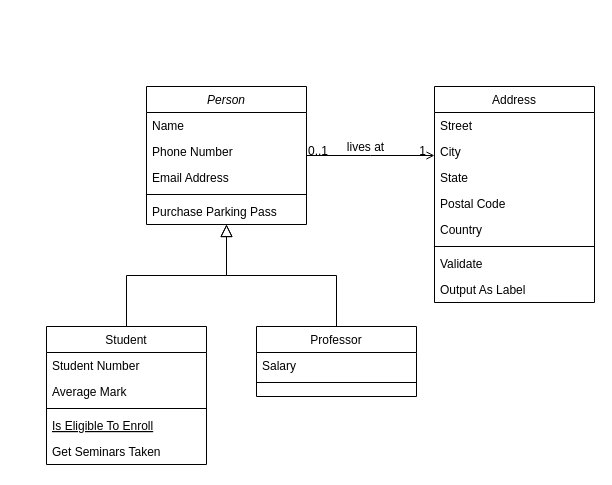
The draw.io diagram Untitled Diagram.drawio in pierreamir123/angular_project, before the edit. Source tidied: cells renumbered, new cells numbered last; positions are measured from the earlier drawing's top-left corner, leaving out a move shared by most shapes. Both pictures are drawn from the tidied source at 100%, with x=0, y=0 at pixel (46, 86).
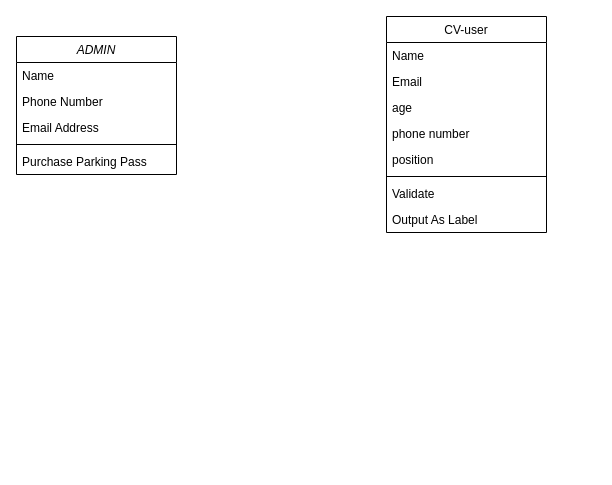
Above is the later version.

What changed in the source:
```diff
@@
-    <mxCell id="2" value="Person" style="swimlane;fontStyle=2;align=center;verticalAlign=top;horizontal=1;startSize=26;rounded=0;shadow=0;strokeWidth=1;" parent="1" vertex="1">
-      <mxGeometry x="100" width="160" height="138" as="geometry" />
+    <mxCell id="2" value="ADMIN" style="swimlane;fontStyle=2;align=center;verticalAlign=top;horizontal=1;startSize=26;rounded=0;shadow=0;strokeWidth=1;" parent="1" vertex="1">
+      <mxGeometry x="-30" y="-50" width="160" height="138" as="geometry" />
     </mxCell>
@@
-    <mxCell id="8" value="Student" style="swimlane;fontStyle=0;align=center;verticalAlign=top;horizontal=1;startSize=26;rounded=0;shadow=0;strokeWidth=1;" parent="1" vertex="1">
-      <mxGeometry y="240" width="160" height="138" as="geometry" />
-    </mxCell>
-    <mxCell id="9" value="Student Number" style="text;align=left;verticalAlign=top;spacingLeft=4;spacingRight=4;overflow=hidden;" parent="8" vertex="1">
-      <mxGeometry y="26" width="160" height="26" as="geometry" />
-    </mxCell>
-    <mxCell id="10" value="Average Mark" style="text;align=left;verticalAlign=top;spacingLeft=4;spacingRight=4;overflow=hidden;rounded=0;shadow=0;html=0;" parent="8" vertex="1">
-      <mxGeometry y="52" width="160" height="26" as="geometry" />
-    </mxCell>
-    <mxCell id="11" style="line;html=1;strokeWidth=1;align=left;verticalAlign=middle;spacingTop=-1;spacingLeft=3;spacingRight=3;labelPosition=right;" parent="8" vertex="1">
-      <mxGeometry y="78" width="160" height="8" as="geometry" />
-    </mxCell>
-    <mxCell id="12" value="Is Eligible To Enroll" style="text;align=left;verticalAlign=top;spacingLeft=4;spacingRight=4;overflow=hidden;fontStyle=4;" parent="8" vertex="1">
-      <mxGeometry y="86" width="160" height="26" as="geometry" />
-    </mxCell>
-    <mxCell id="13" value="Get Seminars Taken" style="text;align=left;verticalAlign=top;spacingLeft=4;spacingRight=4;overflow=hidden;" parent="8" vertex="1">
-      <mxGeometry y="112" width="160" height="26" as="geometry" />
-    </mxCell>
-    <mxCell id="14" style="endArrow=block;endSize=10;endFill=0;shadow=0;strokeWidth=1;rounded=0;edgeStyle=elbowEdgeStyle;elbow=vertical;" parent="1" edge="1" source="8" target="2">
-      <mxGeometry relative="1" as="geometry" />
-    </mxCell>
-    <mxCell id="15" value="Professor" style="swimlane;fontStyle=0;align=center;verticalAlign=top;horizontal=1;startSize=26;rounded=0;shadow=0;strokeWidth=1;" parent="1" vertex="1">
-      <mxGeometry x="210" y="240" width="160" height="70" as="geometry" />
-    </mxCell>
-    <mxCell id="16" value="Salary" style="text;align=left;verticalAlign=top;spacingLeft=4;spacingRight=4;overflow=hidden;" parent="15" vertex="1">
-      <mxGeometry y="26" width="160" height="26" as="geometry" />
-    </mxCell>
-    <mxCell id="17" style="line;html=1;strokeWidth=1;align=left;verticalAlign=middle;spacingTop=-1;spacingLeft=3;spacingRight=3;labelPosition=right;" parent="15" vertex="1">
-      <mxGeometry y="52" width="160" height="8" as="geometry" />
-    </mxCell>
-    <mxCell id="18" style="endArrow=block;endSize=10;endFill=0;shadow=0;strokeWidth=1;rounded=0;edgeStyle=elbowEdgeStyle;elbow=vertical;" parent="1" edge="1" source="15" target="2">
-      <mxGeometry relative="1" as="geometry" />
-    </mxCell>
-    <mxCell id="19" value="Address" style="swimlane;fontStyle=0;align=center;verticalAlign=top;horizontal=1;startSize=26;rounded=0;shadow=0;strokeWidth=1;" parent="1" vertex="1">
-      <mxGeometry x="388" width="160" height="216" as="geometry" />
+    <mxCell id="19" value="CV-user" style="swimlane;fontStyle=0;align=center;verticalAlign=top;horizontal=1;startSize=26;rounded=0;shadow=0;strokeWidth=1;" parent="1" vertex="1">
+      <mxGeometry x="340" y="-70" width="160" height="216" as="geometry" />
     </mxCell>
-    <mxCell id="20" value="Street" style="text;align=left;verticalAlign=top;spacingLeft=4;spacingRight=4;overflow=hidden;" parent="19" vertex="1">
+    <mxCell id="20" value="Name" style="text;align=left;verticalAlign=top;spacingLeft=4;spacingRight=4;overflow=hidden;" parent="19" vertex="1">
       <mxGeometry y="26" width="160" height="26" as="geometry" />
     </mxCell>
-    <mxCell id="21" value="City" style="text;align=left;verticalAlign=top;spacingLeft=4;spacingRight=4;overflow=hidden;rounded=0;shadow=0;html=0;" parent="19" vertex="1">
+    <mxCell id="21" value="Email" style="text;align=left;verticalAlign=top;spacingLeft=4;spacingRight=4;overflow=hidden;rounded=0;shadow=0;html=0;" parent="19" vertex="1">
       <mxGeometry y="52" width="160" height="26" as="geometry" />
     </mxCell>
-    <mxCell id="22" value="State" style="text;align=left;verticalAlign=top;spacingLeft=4;spacingRight=4;overflow=hidden;rounded=0;shadow=0;html=0;" parent="19" vertex="1">
+    <mxCell id="22" value="age" style="text;align=left;verticalAlign=top;spacingLeft=4;spacingRight=4;overflow=hidden;rounded=0;shadow=0;html=0;" parent="19" vertex="1">
       <mxGeometry y="78" width="160" height="26" as="geometry" />
     </mxCell>
-    <mxCell id="23" value="Postal Code" style="text;align=left;verticalAlign=top;spacingLeft=4;spacingRight=4;overflow=hidden;rounded=0;shadow=0;html=0;" parent="19" vertex="1">
+    <mxCell id="23" value="phone number" style="text;align=left;verticalAlign=top;spacingLeft=4;spacingRight=4;overflow=hidden;rounded=0;shadow=0;html=0;" parent="19" vertex="1">
       <mxGeometry y="104" width="160" height="26" as="geometry" />
     </mxCell>
-    <mxCell id="24" value="Country" style="text;align=left;verticalAlign=top;spacingLeft=4;spacingRight=4;overflow=hidden;rounded=0;shadow=0;html=0;" parent="19" vertex="1">
+    <mxCell id="24" value="position" style="text;align=left;verticalAlign=top;spacingLeft=4;spacingRight=4;overflow=hidden;rounded=0;shadow=0;html=0;" parent="19" vertex="1">
       <mxGeometry y="130" width="160" height="26" as="geometry" />
     </mxCell>
@@
-    <mxCell id="28" style="endArrow=open;shadow=0;strokeWidth=1;rounded=0;endFill=1;edgeStyle=elbowEdgeStyle;elbow=vertical;" parent="1" edge="1" source="2" target="19">
-      <mxGeometry x="0.5" y="41" relative="1" as="geometry">
-        <mxPoint x="-40" y="32" as="offset" />
-      </mxGeometry>
-    </mxCell>
-    <mxCell id="29" value="0..1" style="align=left;verticalAlign=bottom;labelBackgroundColor=none;fontSize=12;" parent="28" vertex="1">
-      <mxGeometry x="-1" relative="1" as="geometry">
-        <mxPoint y="4" as="offset" />
-      </mxGeometry>
-    </mxCell>
-    <mxCell id="30" value="1" style="align=right;verticalAlign=bottom;labelBackgroundColor=none;fontSize=12;" parent="28" vertex="1">
-      <mxGeometry x="1" relative="1" as="geometry">
-        <mxPoint x="-7" y="4" as="offset" />
-      </mxGeometry>
-    </mxCell>
-    <mxCell id="31" value="lives at" style="text;html=1;align=center;verticalAlign=middle;labelBackgroundColor=none;rounded=0;shadow=0;strokeWidth=1;fontSize=12;" parent="28" vertex="1">
-      <mxGeometry x="0.5" y="49" relative="1" as="geometry">
-        <mxPoint x="-38" y="40" as="offset" />
-      </mxGeometry>
-    </mxCell>
```
